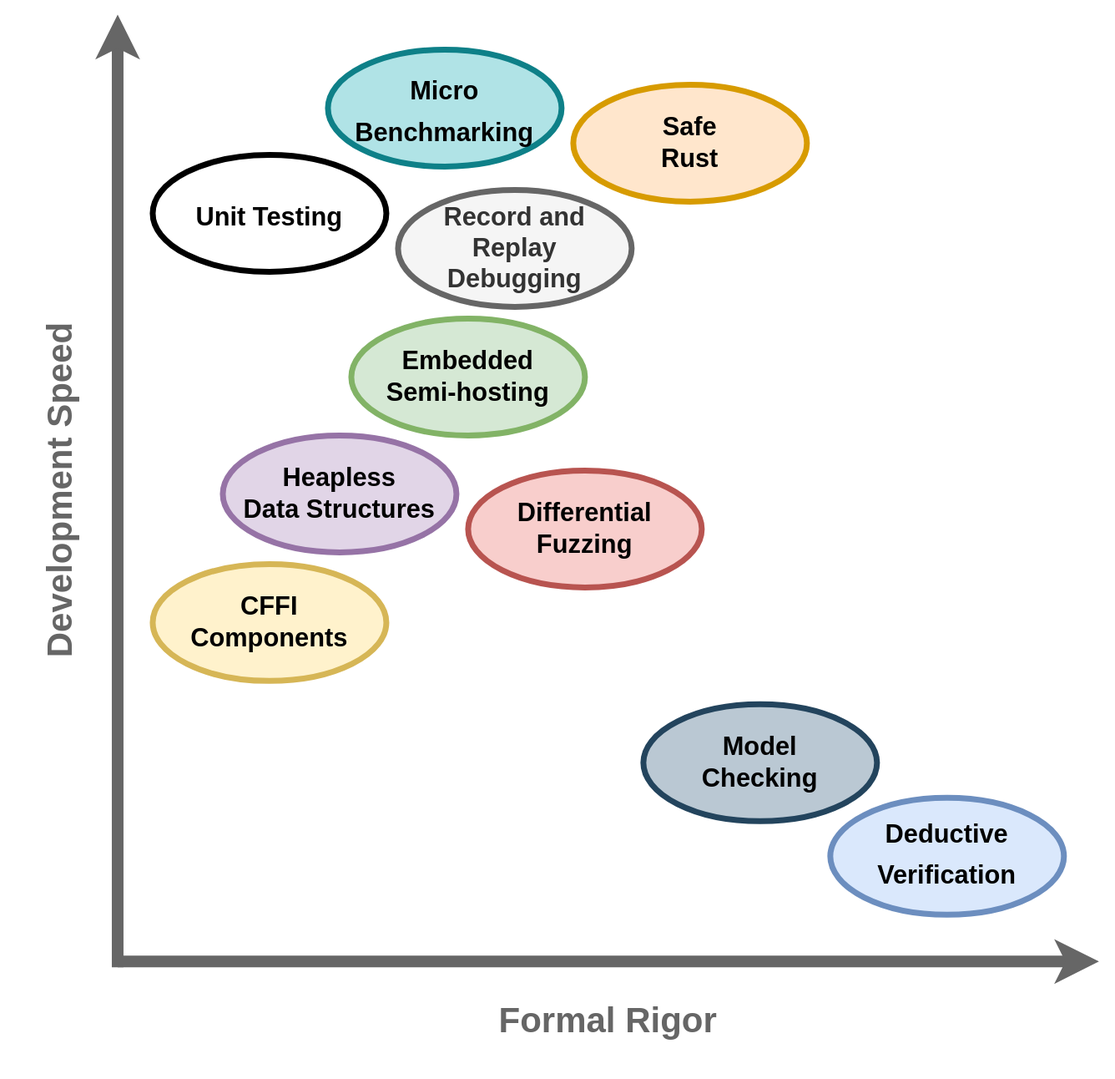
Above: src/img/book_topics.svg in tnballo/high-assurance-rust (draw.io), before the change. Source tidied: cells renumbered, new cells last; positions are measured from the earlier drawing's top-left corner, leaving out a move shared by most shapes.
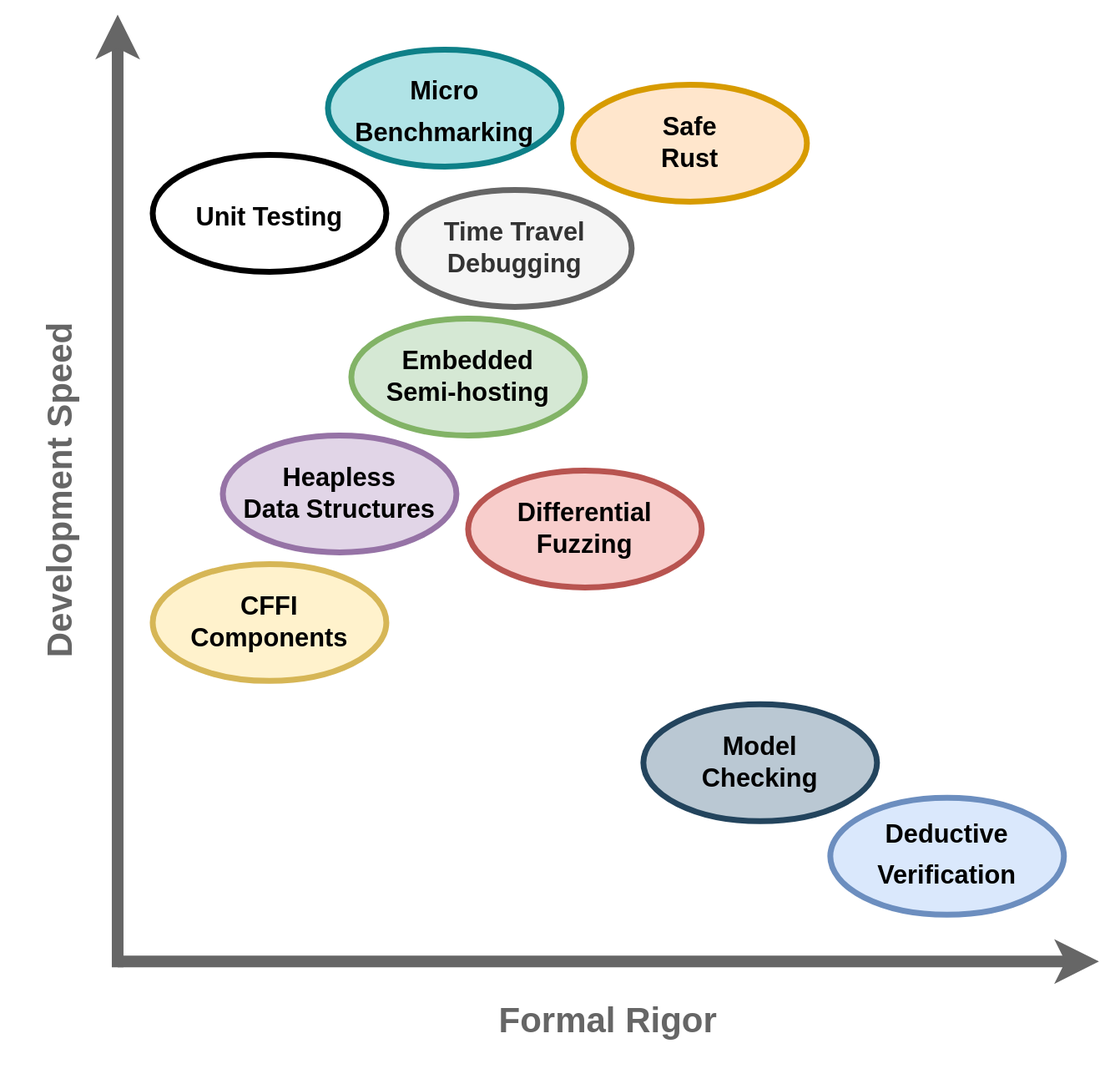
Above is the later version.

Commit message:
Topic diagram:  'Record and Replay Debugging' -> 'Time Travel Debugging'

The edit, as a diff of the source:
```diff
@@ -40,7 +40,7 @@
     <mxCell id="12" value="&lt;div style=&quot;font-size: 22px&quot;&gt;&lt;font style=&quot;font-size: 22px&quot;&gt;&lt;b&gt;&lt;font style=&quot;font-size: 22px&quot;&gt;CFFI&lt;/font&gt;&lt;/b&gt;&lt;/font&gt;&lt;/div&gt;&lt;div style=&quot;font-size: 22px&quot;&gt;&lt;font style=&quot;font-size: 22px&quot;&gt;&lt;b&gt;&lt;font style=&quot;font-size: 22px&quot;&gt;Components&lt;br&gt;&lt;/font&gt;&lt;/b&gt;&lt;/font&gt;&lt;/div&gt;" style="ellipse;whiteSpace=wrap;html=1;fontSize=30;strokeWidth=5;fillColor=#fff2cc;strokeColor=#d6b656;" parent="1" vertex="1">
       <mxGeometry x="488" y="470" width="200" height="100" as="geometry" />
     </mxCell>
-    <mxCell id="13" value="&lt;div style=&quot;font-size: 22px&quot;&gt;&lt;font style=&quot;font-size: 22px&quot;&gt;&lt;b&gt;&lt;font style=&quot;font-size: 22px&quot;&gt;Record and Replay &lt;br&gt;&lt;/font&gt;&lt;/b&gt;&lt;/font&gt;&lt;/div&gt;&lt;div style=&quot;font-size: 22px&quot;&gt;&lt;font style=&quot;font-size: 22px&quot;&gt;&lt;b&gt;&lt;font style=&quot;font-size: 22px&quot;&gt;Debugging&lt;br&gt;&lt;/font&gt;&lt;/b&gt;&lt;/font&gt;&lt;/div&gt;" style="ellipse;whiteSpace=wrap;html=1;fontSize=30;strokeWidth=5;fillColor=#f5f5f5;fontColor=#333333;strokeColor=#666666;" parent="1" vertex="1">
+    <mxCell id="13" value="&lt;div style=&quot;font-size: 22px&quot;&gt;&lt;font style=&quot;font-size: 22px&quot;&gt;&lt;b&gt;&lt;font style=&quot;font-size: 22px&quot;&gt;Time Travel &lt;br&gt;&lt;/font&gt;&lt;/b&gt;&lt;/font&gt;&lt;/div&gt;&lt;div style=&quot;font-size: 22px&quot;&gt;&lt;font style=&quot;font-size: 22px&quot;&gt;&lt;b&gt;&lt;font style=&quot;font-size: 22px&quot;&gt;Debugging&lt;br&gt;&lt;/font&gt;&lt;/b&gt;&lt;/font&gt;&lt;/div&gt;" style="ellipse;whiteSpace=wrap;html=1;fontSize=30;strokeWidth=5;fillColor=#f5f5f5;fontColor=#333333;strokeColor=#666666;" parent="1" vertex="1">
       <mxGeometry x="698" y="150" width="200" height="100" as="geometry" />
     </mxCell>
     <mxCell id="14" value="&lt;b&gt;&lt;font style=&quot;font-size: 22px&quot;&gt;Micro Benchmarking&lt;br&gt;&lt;/font&gt;&lt;/b&gt;" style="ellipse;whiteSpace=wrap;html=1;fontSize=30;strokeWidth=5;fillColor=#b0e3e6;strokeColor=#0e8088;" parent="1" vertex="1">
```
